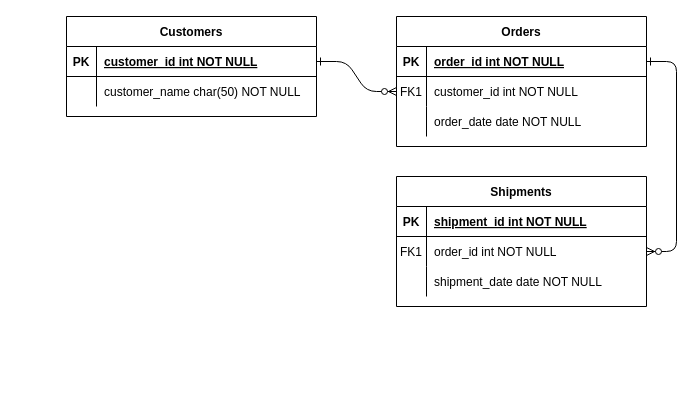
The draw.io diagram ERD.drawio in bumjun27/App, before the edit. Source tidied: cells renumbered, new cells numbered last; positions are measured from the earlier drawing's top-left corner, leaving out a move shared by most shapes. Both pictures are drawn from the tidied source at 100%, with x=0, y=0 at pixel (66, 16).
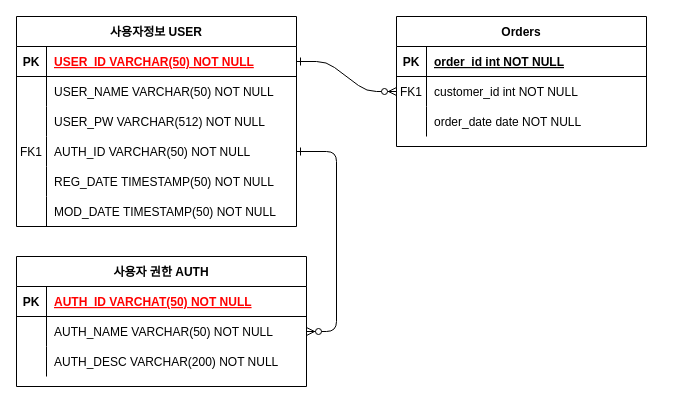
The same diagram, later.

Unchanged cells that the change refers to:
```xml
<mxCell id="5" style="shape=partialRectangle;fillColor=none;points=[[0,0.5],[1,0.5]];portConstraint=eastwest;top=0;left=0;right=0;bottom=1;" parent="4" vertex="1">
  <mxGeometry y="30" width="250" height="30" as="geometry" />
</mxCell>
```

Change to the diagram source:
```diff
@@
-    <mxCell id="3" style="edgeStyle=entityRelationEdgeStyle;endArrow=ERzeroToMany;startArrow=ERone;endFill=1;startFill=0;" parent="1" edge="1" source="5" target="18">
+    <mxCell id="3" style="edgeStyle=entityRelationEdgeStyle;endArrow=ERzeroToMany;startArrow=ERone;endFill=1;startFill=0;exitX=1;exitY=0.5;exitDx=0;exitDy=0;" parent="1" edge="1" source="34" target="18">
       <mxGeometry relative="1" as="geometry" />
     </mxCell>
@@
-    <mxCell id="14" value="Shipments" style="shape=table;startSize=30;childLayout=tableLayout;rowLines=0;fontStyle=1;align=center;" parent="1" vertex="1">
-      <mxGeometry x="330" y="160" width="250" height="130" as="geometry" />
+    <mxCell id="14" value="사용자 권한 AUTH" style="shape=table;startSize=30;childLayout=tableLayout;rowLines=0;fontStyle=1;align=center;" parent="1" vertex="1">
+      <mxGeometry x="-50" y="240" width="290" height="130" as="geometry" />
     </mxCell>
     <mxCell id="15" style="shape=partialRectangle;fillColor=none;top=0;left=0;right=0;bottom=1;" parent="14" vertex="1">
-      <mxGeometry y="30" width="250" height="30" as="geometry" />
+      <mxGeometry y="30" width="290" height="30" as="geometry" />
     </mxCell>
@@
-    <mxCell id="17" value="shipment_id int NOT NULL " style="shape=partialRectangle;overflow=hidden;fillColor=none;top=0;left=0;bottom=0;right=0;align=left;spacingLeft=6;fontStyle=5;" parent="15" vertex="1">
-      <mxGeometry x="30" width="220" height="30" as="geometry" />
+    <mxCell id="17" value="AUTH_ID VARCHAT(50) NOT NULL " style="shape=partialRectangle;overflow=hidden;fillColor=none;top=0;left=0;bottom=0;right=0;align=left;spacingLeft=6;fontStyle=5;fontColor=#FF0000;" parent="15" vertex="1">
+      <mxGeometry x="30" width="260" height="30" as="geometry" />
     </mxCell>
     <mxCell id="18" style="shape=partialRectangle;fillColor=none;points=[[0,0.5],[1,0.5]];portConstraint=eastwest;top=0;left=0;right=0;bottom=0;" parent="14" vertex="1">
-      <mxGeometry y="60" width="250" height="30" as="geometry" />
+      <mxGeometry y="60" width="290" height="30" as="geometry" />
     </mxCell>
-    <mxCell id="19" value="FK1" style="shape=partialRectangle;overflow=hidden;fillColor=none;top=0;left=0;bottom=0;right=0;" parent="18" vertex="1">
+    <mxCell id="19" style="shape=partialRectangle;overflow=hidden;fillColor=none;top=0;left=0;bottom=0;right=0;" parent="18" vertex="1">
       <mxGeometry width="30" height="30" as="geometry" />
     </mxCell>
-    <mxCell id="20" value="order_id int NOT NULL" style="shape=partialRectangle;overflow=hidden;fillColor=none;top=0;left=0;bottom=0;right=0;align=left;spacingLeft=6;" parent="18" vertex="1">
-      <mxGeometry x="30" width="220" height="30" as="geometry" />
+    <mxCell id="20" value="AUTH_NAME VARCHAR(50) NOT NULL" style="shape=partialRectangle;overflow=hidden;fillColor=none;top=0;left=0;bottom=0;right=0;align=left;spacingLeft=6;" parent="18" vertex="1">
+      <mxGeometry x="30" width="260" height="30" as="geometry" />
     </mxCell>
     <mxCell id="21" style="shape=partialRectangle;fillColor=none;top=0;left=0;right=0;bottom=0;" parent="14" vertex="1">
-      <mxGeometry y="90" width="250" height="30" as="geometry" />
+      <mxGeometry y="90" width="290" height="30" as="geometry" />
     </mxCell>
@@
-    <mxCell id="23" value="shipment_date date NOT NULL" style="shape=partialRectangle;overflow=hidden;fillColor=none;top=0;left=0;bottom=0;right=0;align=left;spacingLeft=6;" parent="21" vertex="1">
-      <mxGeometry x="30" width="220" height="30" as="geometry" />
+    <mxCell id="23" value="AUTH_DESC VARCHAR(200) NOT NULL" style="shape=partialRectangle;overflow=hidden;fillColor=none;top=0;left=0;bottom=0;right=0;align=left;spacingLeft=6;" parent="21" vertex="1">
+      <mxGeometry x="30" width="260" height="30" as="geometry" />
     </mxCell>
-    <mxCell id="24" value="Customers" style="shape=table;startSize=30;childLayout=tableLayout;rowLines=0;fontStyle=1;align=center;" parent="1" vertex="1">
-      <mxGeometry width="250" height="100" as="geometry" />
+    <mxCell id="24" value="사용자정보 USER" style="shape=table;startSize=30;childLayout=tableLayout;rowLines=0;fontStyle=1;align=center;" parent="1" vertex="1">
+      <mxGeometry x="-50" width="280" height="210" as="geometry" />
     </mxCell>
     <mxCell id="25" style="shape=partialRectangle;fillColor=none;points=[[0,0.5],[1,0.5]];portConstraint=eastwest;top=0;left=0;right=0;bottom=1;" parent="24" vertex="1">
-      <mxGeometry y="30" width="250" height="30" as="geometry" />
+      <mxGeometry y="30" width="280" height="30" as="geometry" />
     </mxCell>
@@
-    <mxCell id="27" value="customer_id int NOT NULL " style="shape=partialRectangle;overflow=hidden;fillColor=none;top=0;left=0;bottom=0;right=0;align=left;spacingLeft=6;fontStyle=5;" parent="25" vertex="1">
-      <mxGeometry x="30" width="220" height="30" as="geometry" />
+    <mxCell id="27" value="USER_ID VARCHAR(50) NOT NULL " style="shape=partialRectangle;overflow=hidden;fillColor=none;top=0;left=0;bottom=0;right=0;align=left;spacingLeft=6;fontStyle=5;fontColor=#FF0000;" parent="25" vertex="1">
+      <mxGeometry x="30" width="250" height="30" as="geometry" />
     </mxCell>
     <mxCell id="28" style="shape=partialRectangle;fillColor=none;top=0;left=0;right=0;bottom=0;" parent="24" vertex="1">
-      <mxGeometry y="60" width="250" height="30" as="geometry" />
+      <mxGeometry y="60" width="280" height="30" as="geometry" />
     </mxCell>
@@
-    <mxCell id="30" value="customer_name char(50) NOT NULL" style="shape=partialRectangle;overflow=hidden;fillColor=none;top=0;left=0;bottom=0;right=0;align=left;spacingLeft=6;" parent="28" vertex="1">
-      <mxGeometry x="30" width="220" height="30" as="geometry" />
+    <mxCell id="30" value="USER_NAME VARCHAR(50) NOT NULL" style="shape=partialRectangle;overflow=hidden;fillColor=none;top=0;left=0;bottom=0;right=0;align=left;spacingLeft=6;" parent="28" vertex="1">
+      <mxGeometry x="30" width="250" height="30" as="geometry" />
     </mxCell>
+    <mxCell id="31" style="shape=partialRectangle;fillColor=none;top=0;left=0;right=0;bottom=0;" parent="24" vertex="1">
+      <mxGeometry y="90" width="280" height="30" as="geometry" />
+    </mxCell>
+    <mxCell id="32" style="shape=partialRectangle;overflow=hidden;fillColor=none;top=0;left=0;bottom=0;right=0;" parent="31" vertex="1">
+      <mxGeometry width="30" height="30" as="geometry" />
+    </mxCell>
+    <mxCell id="33" value="USER_PW VARCHAR(512) NOT NULL" style="shape=partialRectangle;overflow=hidden;fillColor=none;top=0;left=0;bottom=0;right=0;align=left;spacingLeft=6;" parent="31" vertex="1">
+      <mxGeometry x="30" width="250" height="30" as="geometry" />
+    </mxCell>
+    <mxCell id="34" style="shape=partialRectangle;fillColor=none;points=[[0,0.5],[1,0.5]];portConstraint=eastwest;top=0;left=0;right=0;bottom=0;" parent="24" vertex="1">
+      <mxGeometry y="120" width="280" height="30" as="geometry" />
+    </mxCell>
+    <mxCell id="35" style="shape=partialRectangle;overflow=hidden;fillColor=none;top=0;left=0;bottom=0;right=0;" parent="34" vertex="1">
+      <mxGeometry width="30" height="30" as="geometry" />
+    </mxCell>
+    <mxCell id="36" value="AUTH_ID VARCHAR(50) NOT NULL" style="shape=partialRectangle;overflow=hidden;fillColor=none;top=0;left=0;bottom=0;right=0;align=left;spacingLeft=6;" parent="34" vertex="1">
+      <mxGeometry x="30" width="250" height="30" as="geometry" />
+    </mxCell>
+    <mxCell id="37" style="shape=partialRectangle;fillColor=none;top=0;left=0;right=0;bottom=0;" parent="24" vertex="1">
+      <mxGeometry y="150" width="280" height="30" as="geometry" />
+    </mxCell>
+    <mxCell id="38" style="shape=partialRectangle;overflow=hidden;fillColor=none;top=0;left=0;bottom=0;right=0;" parent="37" vertex="1">
+      <mxGeometry width="30" height="30" as="geometry" />
+    </mxCell>
+    <mxCell id="39" value="REG_DATE TIMESTAMP(50) NOT NULL" style="shape=partialRectangle;overflow=hidden;fillColor=none;top=0;left=0;bottom=0;right=0;align=left;spacingLeft=6;" parent="37" vertex="1">
+      <mxGeometry x="30" width="250" height="30" as="geometry" />
+    </mxCell>
+    <mxCell id="40" style="shape=partialRectangle;fillColor=none;top=0;left=0;right=0;bottom=0;" parent="24" vertex="1">
+      <mxGeometry y="180" width="280" height="30" as="geometry" />
+    </mxCell>
+    <mxCell id="41" style="shape=partialRectangle;overflow=hidden;fillColor=none;top=0;left=0;bottom=0;right=0;" parent="40" vertex="1">
+      <mxGeometry width="30" height="30" as="geometry" />
+    </mxCell>
+    <mxCell id="42" value="MOD_DATE TIMESTAMP(50) NOT NULL" style="shape=partialRectangle;overflow=hidden;fillColor=none;top=0;left=0;bottom=0;right=0;align=left;spacingLeft=6;" parent="40" vertex="1">
+      <mxGeometry x="30" width="250" height="30" as="geometry" />
+    </mxCell>
+    <mxCell id="43" value="FK1" style="shape=partialRectangle;overflow=hidden;fillColor=none;top=0;left=0;bottom=0;right=0;" parent="1" vertex="1">
+      <mxGeometry x="-50" y="120" width="30" height="30" as="geometry" />
+    </mxCell>
```
